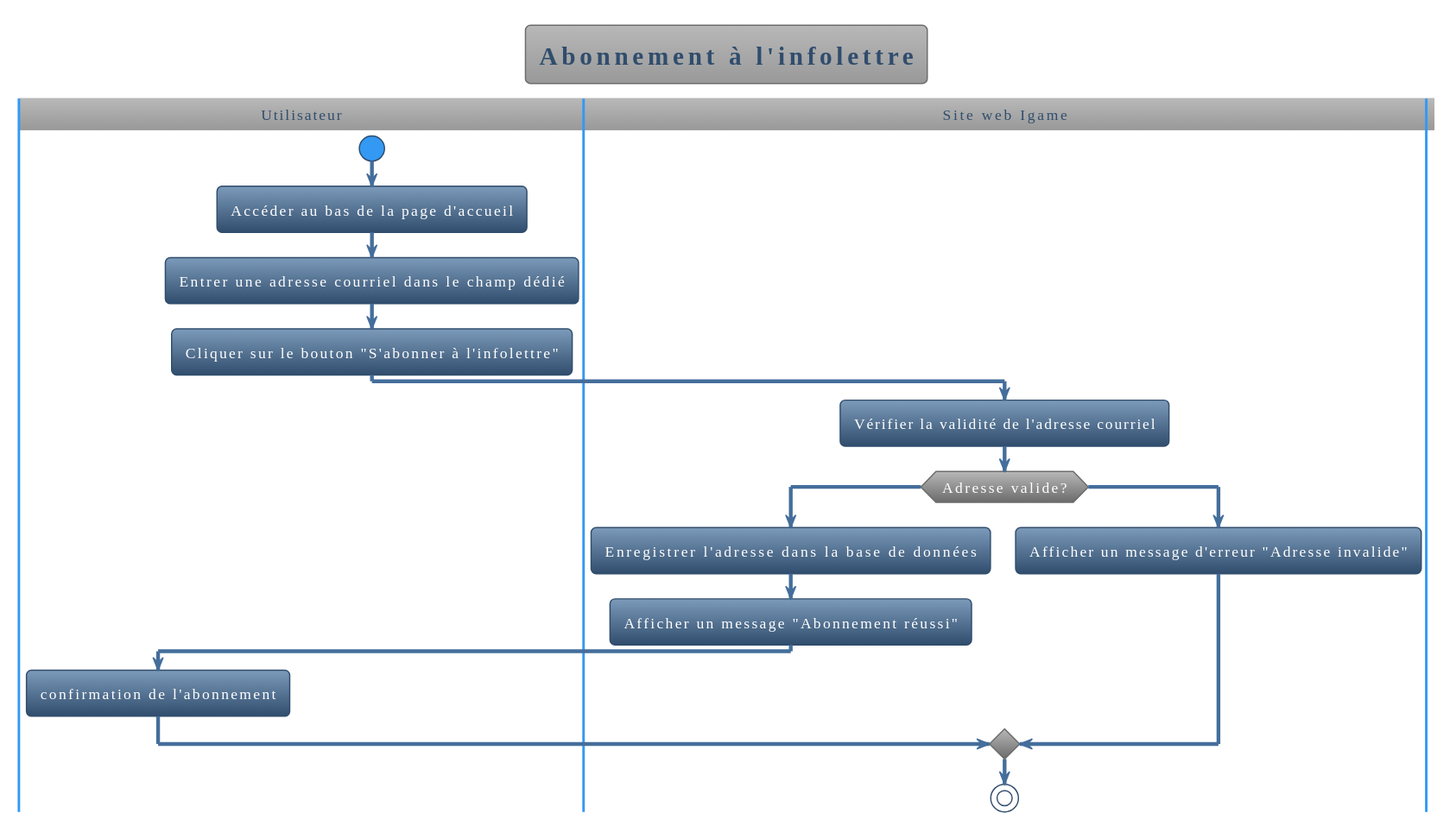
This is out/CU6_abbonnement/CU6_abbonnement.svg from Jacob-Cossette/GTI510, a PlantUML export, as it was before one commit.
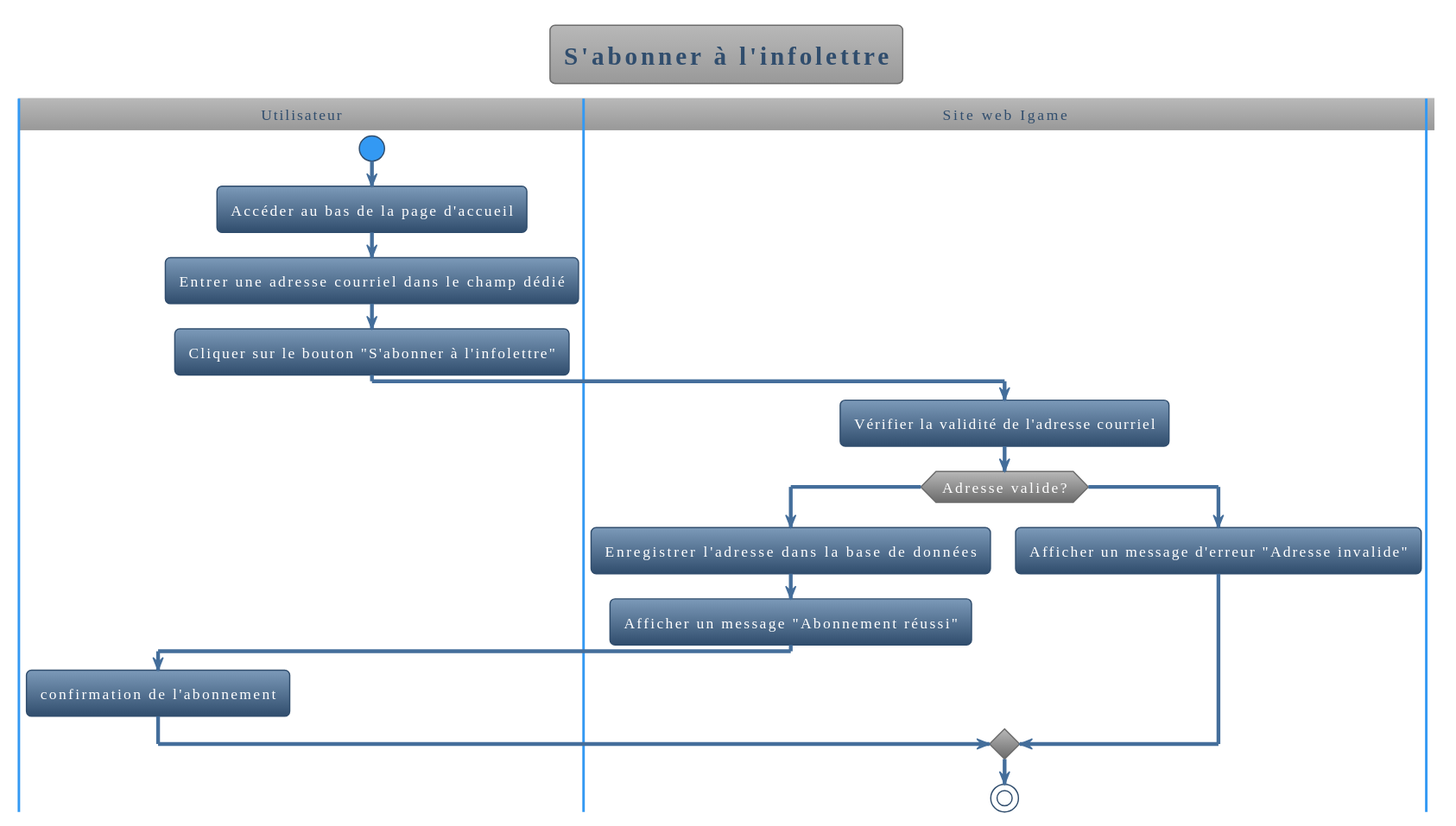
Later version of the same file.

The edit, as a diff of the source:
```diff
@@ -1,11 +1,11 @@
 @startuml
 !theme spacelab
-title Abonnement à l'info-lettre
+title S'abonner à l'infolettre
 |Utilisateur|
 start
 :Accéder au bas de la page d'accueil;
 :Entrer une adresse courriel dans le champ dédié;
-:Cliquer sur le bouton "S'abonner à l'info-lettre";
+:Cliquer sur le bouton "S'abonner à l'infolettre";
 |Site web Igame|
 :Vérifier la validité de l'adresse courriel;
 if (Adresse valide?) then (Oui)
```
